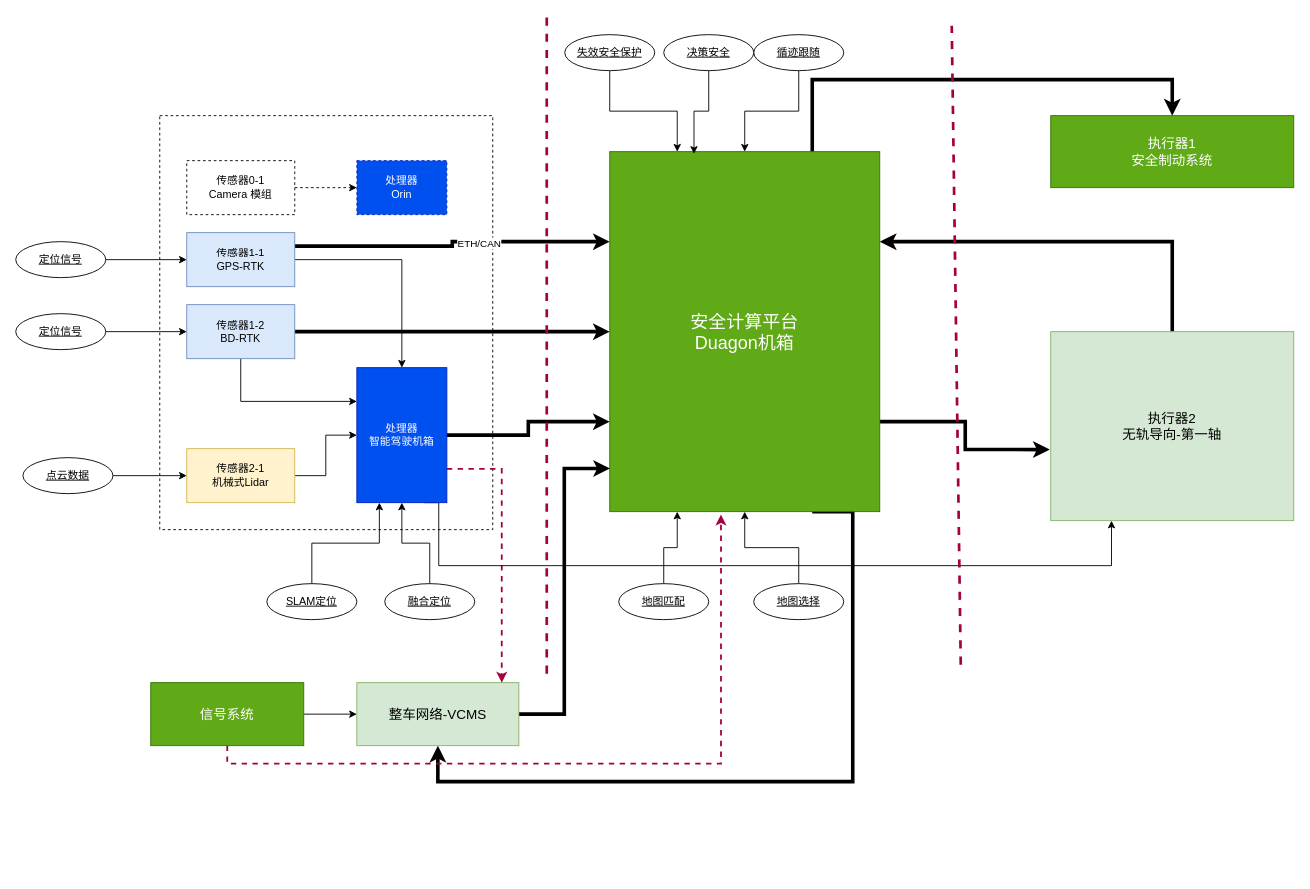
The draw.io diagram page "Entity" (1 of 2) of 马来循迹控制_SIL2方案.drawio in FrankWong-cs/SharingwithColleagues, before the edit. Source tidied: cells renumbered, new cells numbered last; positions are measured from the earlier drawing's top-left corner, leaving out a move shared by most shapes. Both pictures are drawn from the tidied source at 90%, with x=0, y=0 at pixel (15, 16).
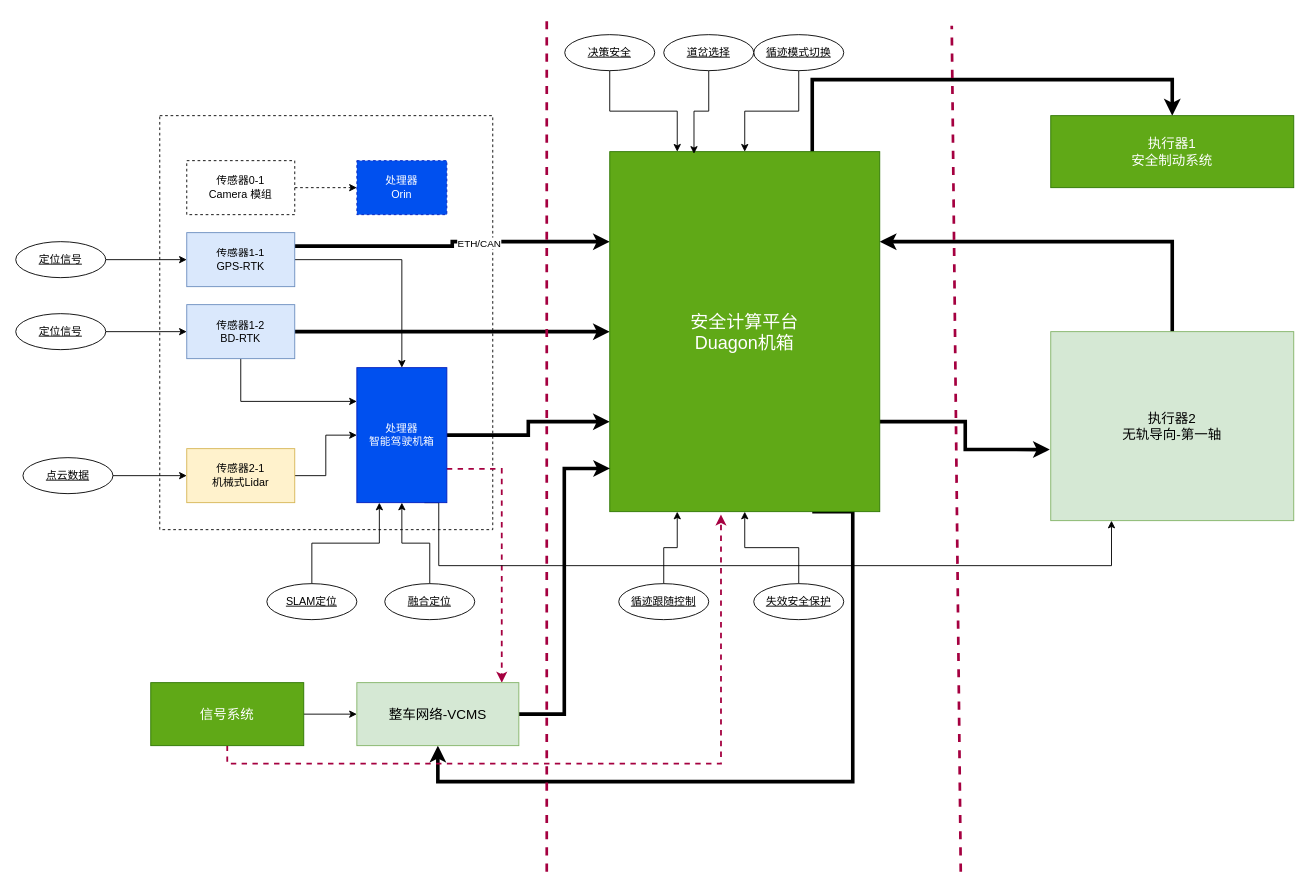
Above is the later version.

What changed in the source:
```diff
@@
-    <mxCell id="34" value="地图匹配" style="ellipse;whiteSpace=wrap;html=1;align=center;fontStyle=4;" parent="1" vertex="1">
+    <mxCell id="34" value="循迹跟随控制" style="ellipse;whiteSpace=wrap;html=1;align=center;fontStyle=4;" parent="1" vertex="1">
       <mxGeometry x="670" y="630" width="100" height="40" as="geometry" />
     </mxCell>
@@
-    <mxCell id="36" value="地图选择" style="ellipse;whiteSpace=wrap;html=1;align=center;fontStyle=4;" parent="1" vertex="1">
+    <mxCell id="36" value="失效安全保护" style="ellipse;whiteSpace=wrap;html=1;align=center;fontStyle=4;" parent="1" vertex="1">
       <mxGeometry x="820" y="630" width="100" height="40" as="geometry" />
     </mxCell>
@@
-    <mxCell id="38" value="失效安全保护" style="ellipse;whiteSpace=wrap;html=1;align=center;fontStyle=4;" parent="1" vertex="1">
+    <mxCell id="38" value="决策安全" style="ellipse;whiteSpace=wrap;html=1;align=center;fontStyle=4;" parent="1" vertex="1">
       <mxGeometry x="610" y="20" width="100" height="40" as="geometry" />
     </mxCell>
@@
     <mxCell id="41" style="endArrow=none;dashed=1;html=1;rounded=0;fillColor=#d80073;strokeColor=#A50040;strokeWidth=3;" parent="1" edge="1">
       <mxGeometry relative="1" as="geometry">
-        <mxPoint x="590" y="730" as="sourcePoint" />
+        <mxPoint x="590" y="950" as="sourcePoint" />
         <mxPoint x="590" as="targetPoint" />
       </mxGeometry>
     </mxCell>
     <mxCell id="42" style="endArrow=none;dashed=1;html=1;rounded=0;fillColor=#d80073;strokeColor=#A50040;strokeWidth=3;" parent="1" edge="1">
       <mxGeometry relative="1" as="geometry">
-        <mxPoint x="1050" y="720" as="sourcePoint" />
+        <mxPoint x="1050" y="950" as="sourcePoint" />
         <mxPoint x="1040" y="10" as="targetPoint" />
       </mxGeometry>
     </mxCell>
@@
-    <mxCell id="45" value="循迹跟随" style="ellipse;whiteSpace=wrap;html=1;align=center;fontStyle=4;" parent="1" vertex="1">
+    <mxCell id="45" value="循迹模式切换" style="ellipse;whiteSpace=wrap;html=1;align=center;fontStyle=4;" parent="1" vertex="1">
       <mxGeometry x="820" y="20" width="100" height="40" as="geometry" />
     </mxCell>
@@
-    <mxCell id="52" value="决策安全" style="ellipse;whiteSpace=wrap;html=1;align=center;fontStyle=4;" parent="1" vertex="1">
+    <mxCell id="52" value="道岔选择" style="ellipse;whiteSpace=wrap;html=1;align=center;fontStyle=4;" parent="1" vertex="1">
       <mxGeometry x="720" y="20" width="100" height="40" as="geometry" />
     </mxCell>
```
